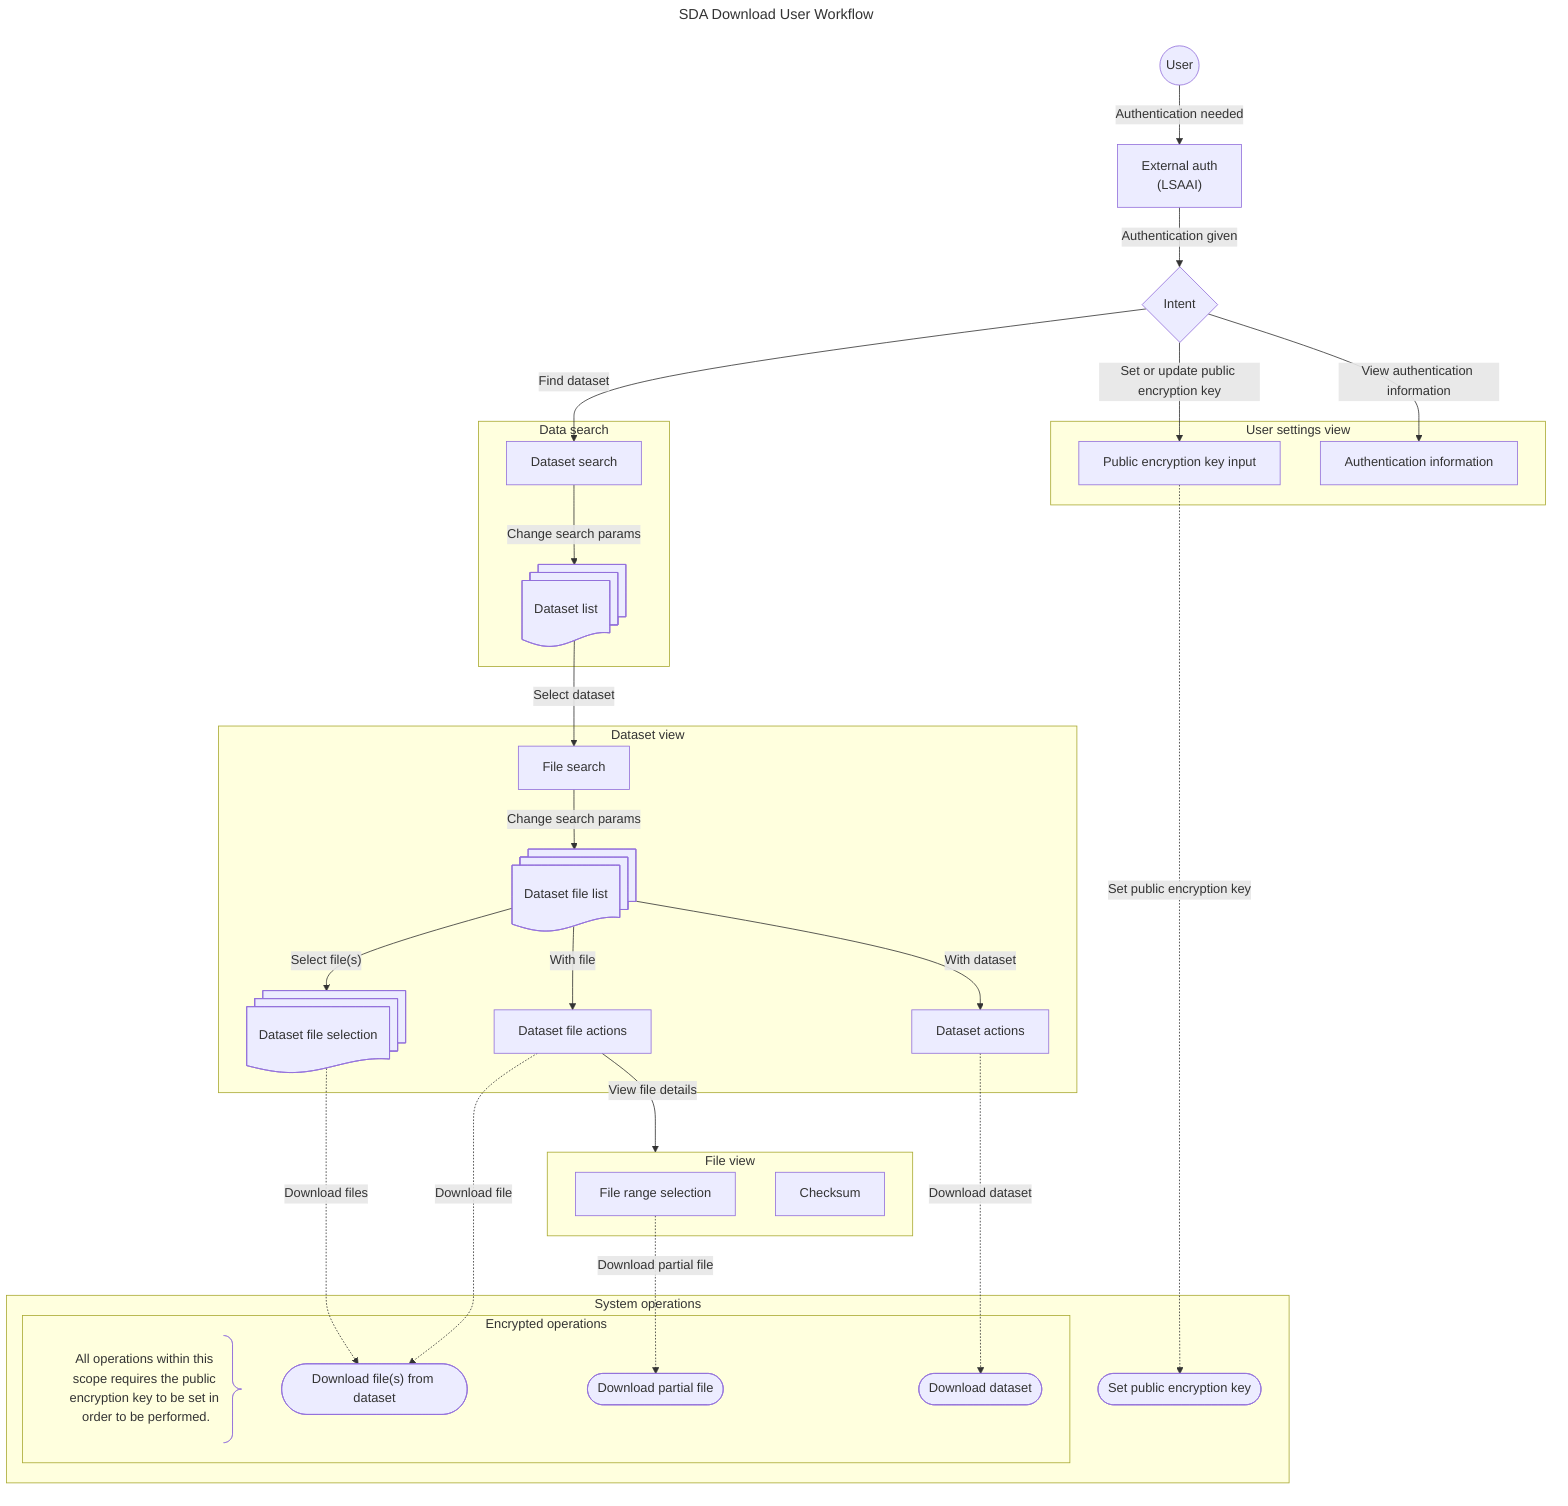
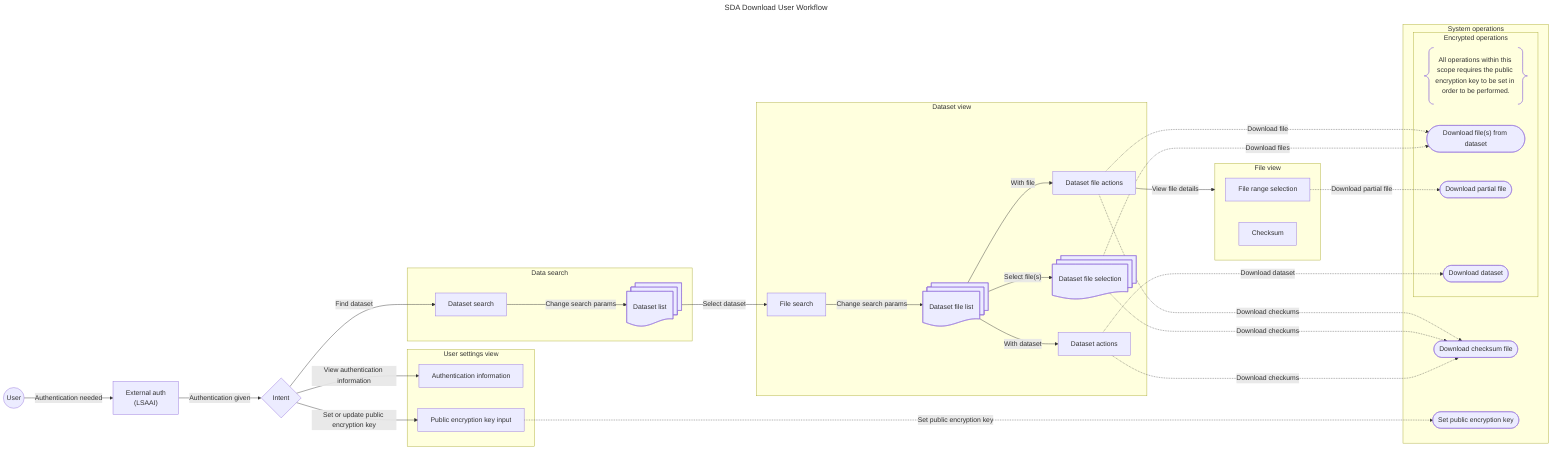
---
title: SDA Download User Workflow
---

- flowchart TD
+ flowchart LR
    user@{ shape: circle, label: "User" }
    intent@{ shape: diamond, label: "Intent" }

    subgraph ds_search_view["Data search"]
        ds_list@{ shape: docs, label: "Dataset list"}
        ds_search[Dataset search]
    end

    subgraph ds_view["Dataset view"]
        ds_file_search[File search]
        ds_file_list@{ shape: docs, label: "Dataset file list"}
        ds_file_selection@{ shape: docs, label: "Dataset file selection"}
        ds_file_actions[Dataset file actions]
        ds_actions[Dataset actions]
    end

    subgraph user_settings_view["User settings view"]
        user_auth_info["Authentication information"]
        user_public_key["Public encryption key input"]
    end

    subgraph file_view["File view"]
        file_range_selection[File range selection]
        file_checksum[Checksum]
    end

    subgraph system_operations["System operations"]
        subgraph encrypted_operations["Encrypted operations"]
-             encrypted_operations_description@{ shape: brace-r, label: "All operations within this scope requires the public encryption key to be set in order to be performed." }
+             encrypted_operations_description@{ shape: braces, label: "All operations within this scope requires the public encryption key to be set in order to be performed." }
            ds_file_download@{ shape: stadium, label: "Download file(s) from dataset"}
            ds_partial_file_download@{ shape: stadium, label: "Download partial file"}
            ds_download@{ shape: stadium, label: "Download dataset"}
        end
+         download_checksum_file@{ shape: stadium, label: "Download checksum file"}
        user_set_public_key@{ shape: stadium, label: "Set public encryption key"}
    end

    lsaai_auth["External auth<br>(LSAAI)"]

    user -- "Authentication needed" --> lsaai_auth
    lsaai_auth -- "Authentication given" --> intent
    intent -- "Find dataset" --> ds_search
    intent -- "Set or update public encryption key" --> user_public_key
    intent -- "View authentication information" --> user_auth_info
    ds_search -- "Change search params" --> ds_list
    ds_list -- "Select dataset" --> ds_file_search
    ds_file_search -- "Change search params" --> ds_file_list
+ 
    ds_file_list -- "Select file(s)" --> ds_file_selection
    ds_file_list -- "With file" --> ds_file_actions
    ds_file_list -- "With dataset" --> ds_actions

    ds_file_actions -. "Download file" .-> ds_file_download
+     ds_file_actions -- "View file details" --> file_view
+     ds_file_actions -. "Download checkums" .-> download_checksum_file
+ 
    ds_file_selection -. "Download files" .-> ds_file_download
-     ds_file_actions -- "View file details" --> file_view
+     ds_file_selection -. "Download checkums" .-> download_checksum_file
+ 
    file_range_selection -. "Download partial file" .-> ds_partial_file_download

    ds_actions -. "Download dataset" .-> ds_download
+     ds_actions -. "Download checkums" .-> download_checksum_file

    user_public_key -. "Set public encryption key" .-> user_set_public_key